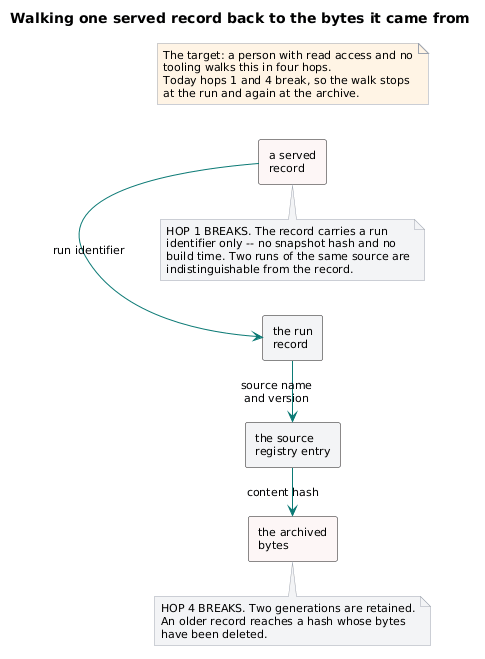
Before: brain/machine_artifacts/diagramsAndImages/rendered/pipe_provenance_chain.png, a diagram exported from PlantUML (SkipSnow/ChatHealthyRepo).
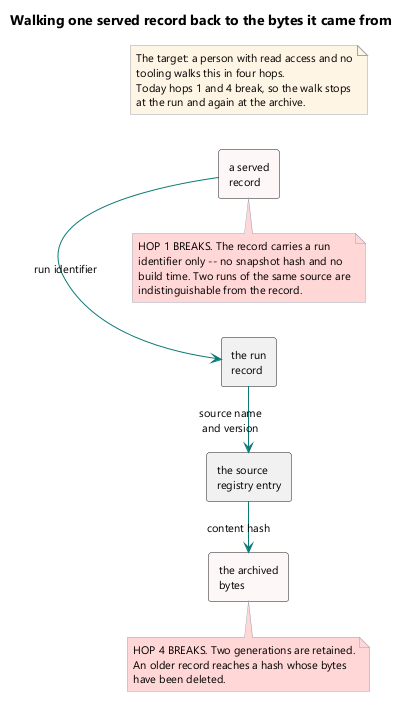
The same diagram one commit later.

The edit, as a diff of the source:
```diff
@@ -20,14 +20,14 @@
 RUN -right-> REG : source name\nand version
 REG -right-> BYTES : content hash
 
-note bottom of R
+note bottom of R #ffd6d6
   HOP 1 BREAKS. The record carries a run
   identifier only -- no snapshot hash and no
   build time. Two runs of the same source are
   indistinguishable from the record.
 end note
 
-note bottom of BYTES
+note bottom of BYTES #ffd6d6
   HOP 4 BREAKS. Two generations are retained.
   An older record reaches a hash whose bytes
   have been deleted.
```
